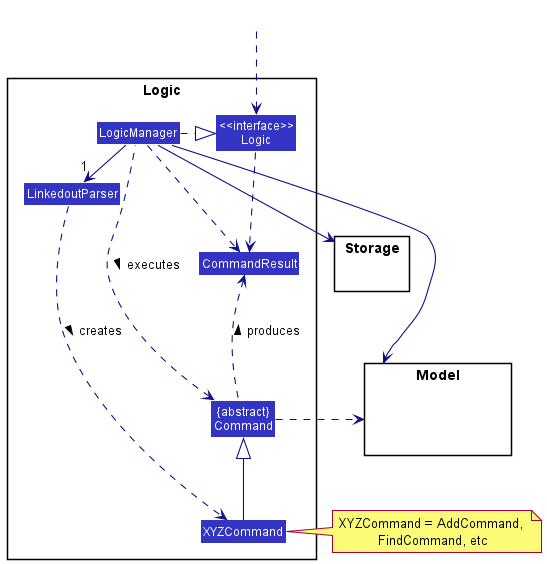
Earlier version of the PlantUML export docs/images/LogicClassDiagram.png (zzhikai/tp). The source it was exported from:
```plantuml
@startuml
!include style.puml
skinparam arrowThickness 1.1
skinparam arrowColor LOGIC_COLOR_T4
skinparam classBackgroundColor LOGIC_COLOR

package Logic {

Class LinkedoutParser
Class XYZCommand
Class CommandResult
Class "{abstract}\nCommand" as Command


Class "<<interface>>\nLogic" as Logic
Class LogicManager
}

package Model{
Class HiddenModel #FFFFFF
}

package Storage{
}

Class HiddenOutside #FFFFFF
HiddenOutside ..> Logic

LogicManager .right.|> Logic
LogicManager -right->"1" LinkedoutParser
LinkedoutParser ..> XYZCommand : creates >

XYZCommand -up-|> Command
LogicManager .left.> Command : executes >

LogicManager --> Model
LogicManager --> Storage
Storage --[hidden] Model
Command .[hidden]up.> Storage
Command .right.> Model
note right of XYZCommand: XYZCommand = AddCommand, \nFindCommand, etc

Logic ..> CommandResult
LogicManager .down.> CommandResult
Command .up.> CommandResult : produces >
@enduml
```
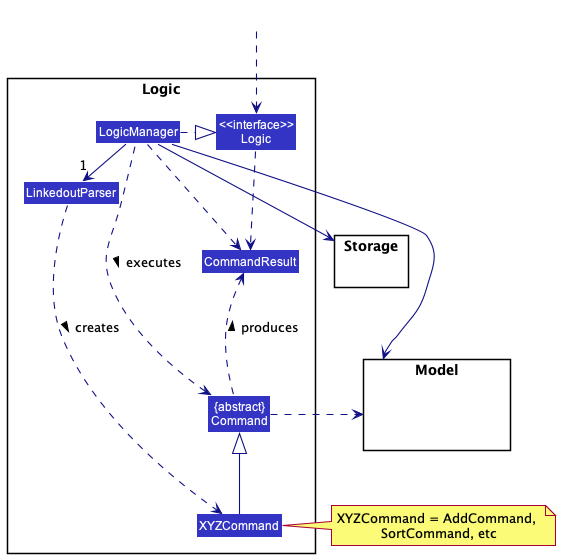
After the change.

Commit message:
- Update Logic Diagram - Fix broken links - Update NFRs

Diff of the diagram source:
```diff
@@ -38,7 +38,7 @@
 Storage --[hidden] Model
 Command .[hidden]up.> Storage
 Command .right.> Model
-note right of XYZCommand: XYZCommand = AddCommand, \nFindCommand, etc
+note right of XYZCommand: XYZCommand = AddCommand, \nSortCommand, etc
 
 Logic ..> CommandResult
 LogicManager .down.> CommandResult
```
